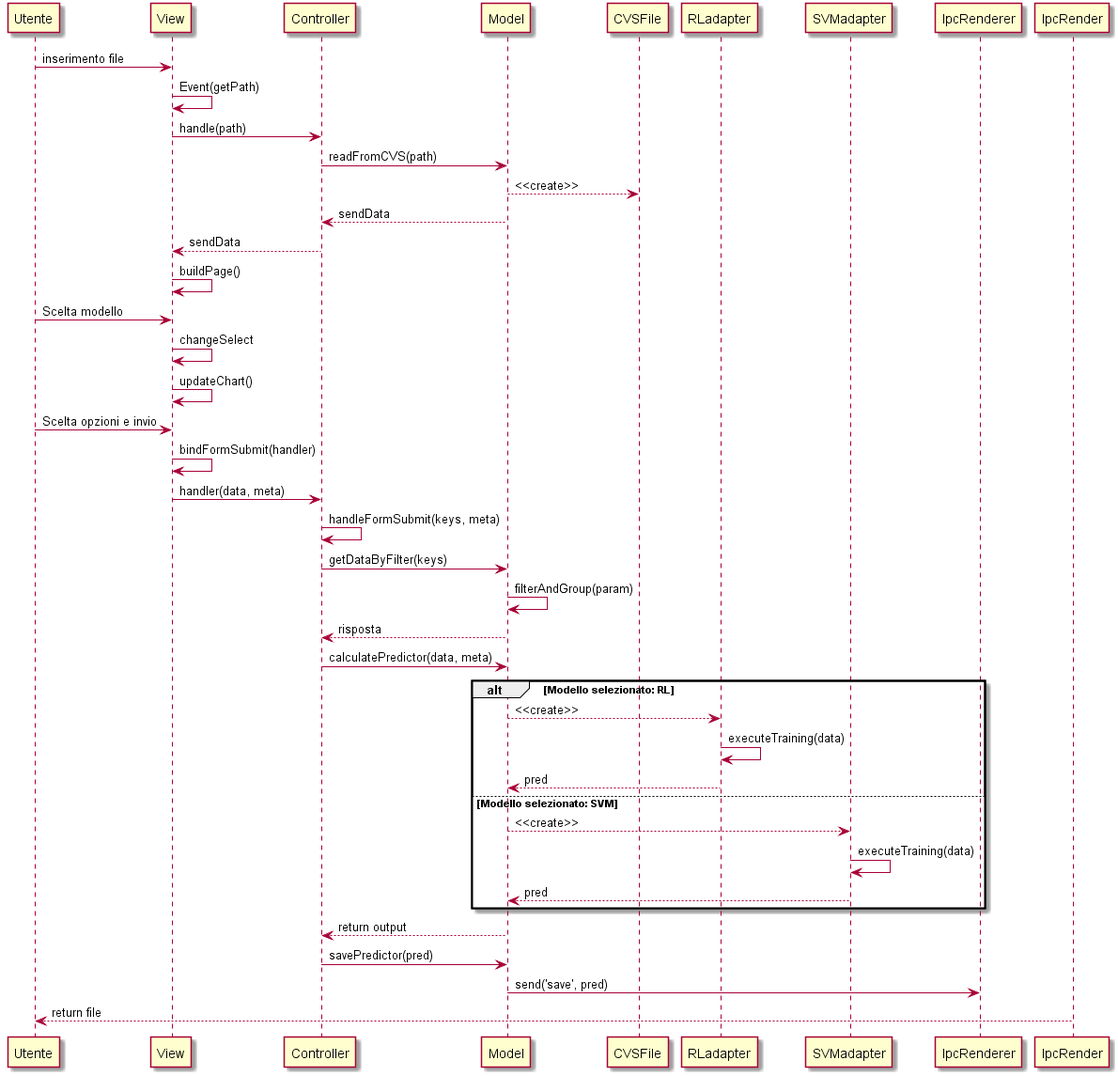
sofiabononi/project-docs keeps this PlantUML diagram as esterni/manuale-sviluppatore/components/img/sequenceDiagramNoP.png. Above is the earlier version.
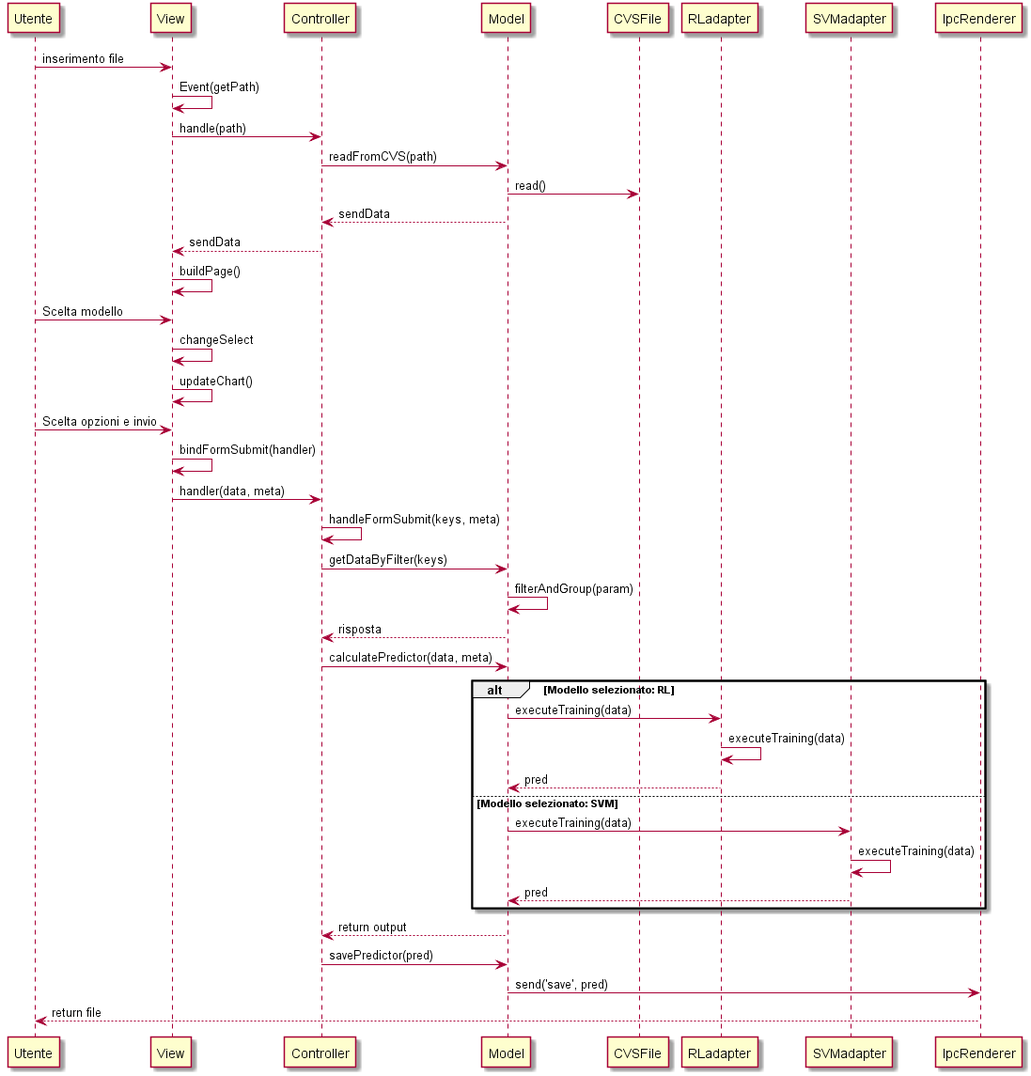
Above is the later version.

Diff of the diagram source:
```diff
@@ -6,7 +6,7 @@
 
 Controller -> Model: readFromCVS(path)
 
-Model --> CVSFile: <<create>>
+Model -> CVSFile: read()
 
 Model --> Controller: sendData
 Controller --> View: sendData
@@ -32,12 +32,12 @@
 Controller -> Model: calculatePredictor(data, meta)
 
 alt Modello selezionato: RL
-Model --> RLadapter: <<create>>
+Model -> RLadapter: executeTraining(data)
 RLadapter -> RLadapter: executeTraining(data)
 RLadapter --> Model: pred
 
 else Modello selezionato: SVM
-Model --> SVMadapter: <<create>>
+Model -> SVMadapter: executeTraining(data)
 SVMadapter -> SVMadapter: executeTraining(data)
 SVMadapter --> Model: pred
 end
@@ -49,6 +49,6 @@
 
 Model -> IpcRenderer: send('save', pred)
 
-IpcRender --> Utente: return file
+IpcRenderer --> Utente: return file
 
 @enduml
```
